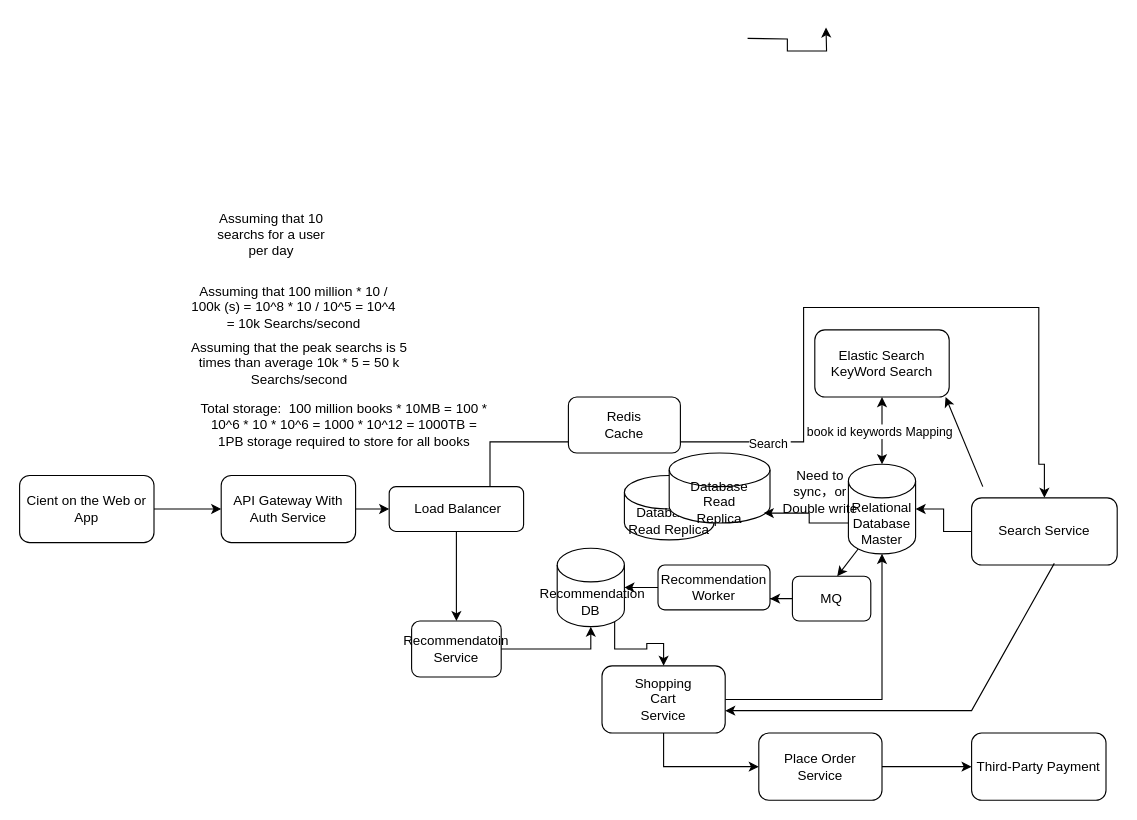
Above: 未命名绘图3.drawio in bincute/iAmReadingBook (draw.io), before the change. Source tidied: cells renumbered, new cells numbered last; positions are measured from the earlier drawing's top-left corner, leaving out a move shared by most shapes. Both pictures are drawn from the tidied source at 112%, with x=0, y=0 at pixel (19, 27).
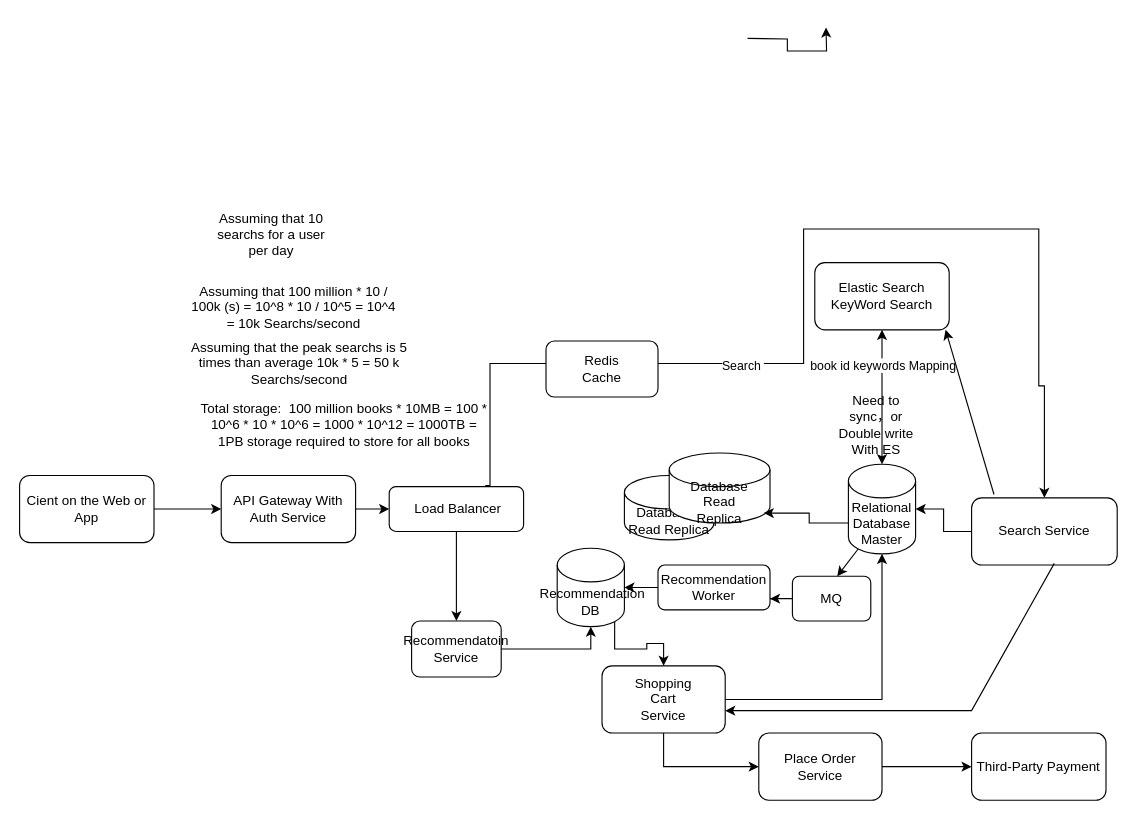
After the change.

Commit message (it also covers changes not shown here):
更新未命名绘图3.drawio

Unchanged cells that the change refers to:
```xml
<mxCell id="10" value="&amp;nbsp;Load Balancer" style="rounded=1;whiteSpace=wrap;html=1;" parent="1" vertex="1">
  <mxGeometry x="330" y="410" width="120" height="40" as="geometry" />
</mxCell>
<mxCell id="13" style="endArrow=classic;startArrow=classic;html=1;rounded=0;entryX=0.5;entryY=1;entryDx=0;entryDy=0;" parent="1" edge="1" source="11" target="12">
  <mxGeometry relative="1" as="geometry" />
</mxCell>
<mxCell id="25" value="Search Service" style="rounded=1;whiteSpace=wrap;html=1;" parent="1" vertex="1">
  <mxGeometry x="850" y="420" width="130" height="60" as="geometry" />
</mxCell>
```

Diff of the diagram source:
```diff
@@
-    <mxCell id="8" style="edgeStyle=orthogonalEdgeStyle;rounded=0;jettySize=auto;html=1;entryX=0.5;entryY=0;entryDx=0;entryDy=0;" parent="1" edge="1" source="10" target="25">
+    <mxCell id="8" style="edgeStyle=orthogonalEdgeStyle;rounded=0;jettySize=auto;html=1;entryX=0.5;entryY=0;entryDx=0;entryDy=0;exitX=0.715;exitY=-0.025;exitDx=0;exitDy=0;exitPerimeter=0;" parent="1" edge="1" source="10" target="25">
       <mxGeometry relative="1" as="geometry">
         <Array as="points">
-          <mxPoint x="420" y="370" />
-          <mxPoint x="700" y="370" />
-          <mxPoint x="700" y="250" />
-          <mxPoint x="910" y="250" />
-          <mxPoint x="910" y="390" />
-          <mxPoint x="915" y="390" />
+          <mxPoint x="420" y="409" />
+          <mxPoint x="420" y="300" />
+          <mxPoint x="700" y="300" />
+          <mxPoint x="700" y="180" />
+          <mxPoint x="910" y="180" />
+          <mxPoint x="910" y="320" />
+          <mxPoint x="915" y="320" />
         </Array>
       </mxGeometry>
     </mxCell>
@@
     <mxCell id="12" value="Elastic Search&lt;div&gt;KeyWord Search&lt;/div&gt;" style="rounded=1;whiteSpace=wrap;html=1;" parent="1" vertex="1">
-      <mxGeometry x="710" y="270" width="120" height="60" as="geometry" />
+      <mxGeometry x="710" y="210" width="120" height="60" as="geometry" />
     </mxCell>
@@
     <mxCell id="14" value="book id keywords Mapping" style="edgeLabel;html=1;align=center;verticalAlign=middle;" parent="13" vertex="1">
-      <mxGeometry x="-0.01" y="3" relative="1" as="geometry" />
+      <mxGeometry x="-0.01" y="3" relative="1" as="geometry">
+        <mxPoint x="3" y="-30" as="offset" />
+      </mxGeometry>
     </mxCell>
-    <mxCell id="15" value="Need to sync，or Double write" style="text;html=1;align=center;verticalAlign=middle;whiteSpace=wrap;rounded=0;" parent="1" vertex="1">
-      <mxGeometry x="680" y="400" width="70" height="30" as="geometry" />
+    <mxCell id="15" value="Need to sync，or Double write&lt;div&gt;With ES&lt;/div&gt;" style="text;html=1;align=center;verticalAlign=middle;whiteSpace=wrap;rounded=0;" parent="1" vertex="1">
+      <mxGeometry x="730" y="340" width="70" height="30" as="geometry" />
     </mxCell>
@@
     <mxCell id="19" value="&lt;div&gt;Redis&lt;/div&gt;Cache" style="rounded=1;whiteSpace=wrap;html=1;" parent="1" vertex="1">
-      <mxGeometry x="490" y="330" width="100" height="50" as="geometry" />
+      <mxGeometry x="470" y="280" width="100" height="50" as="geometry" />
     </mxCell>
@@
     <mxCell id="37" style="endArrow=classic;html=1;rounded=0;entryX=0.973;entryY=0.999;entryDx=0;entryDy=0;entryPerimeter=0;" parent="1" edge="1" target="12">
       <mxGeometry relative="1" as="geometry">
-        <mxPoint x="860" y="410" as="sourcePoint" />
+        <mxPoint x="870" y="417" as="sourcePoint" />
       </mxGeometry>
     </mxCell>
```
